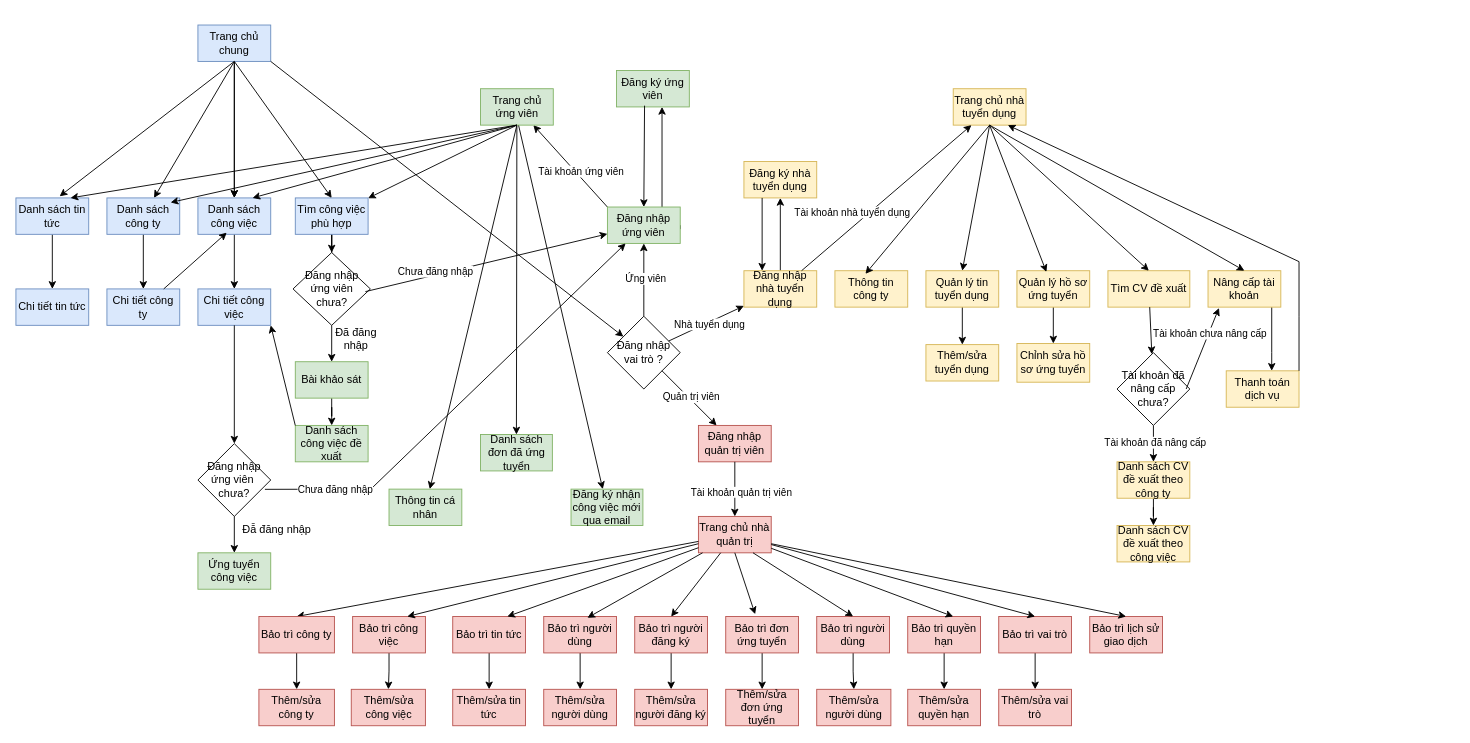
Before: Untitled Diagram.drawio in nguyenduydai/TopJob, a draw.io diagram. Source tidied: cells renumbered, new cells numbered last; positions are measured from the earlier drawing's top-left corner, leaving out a move shared by most shapes. Both pictures are drawn from the tidied source at 91%, with x=0, y=0 at pixel (15, 15).
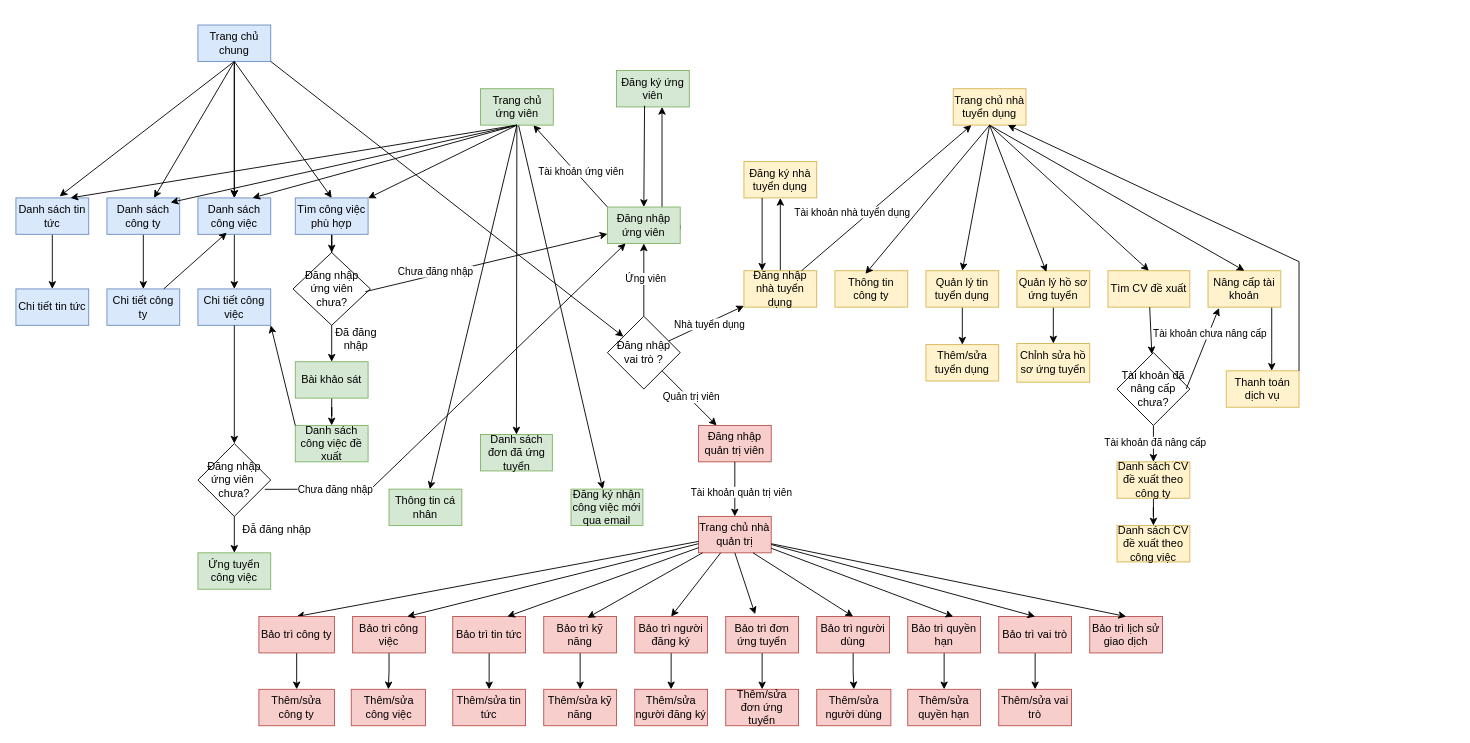
After the change.

Diff of the diagram source:
```diff
@@
-    <mxCell id="63" value="Bảo trì người dùng" style="rounded=0;whiteSpace=wrap;html=1;fillColor=#f8cecc;strokeColor=#b85450;" parent="1" vertex="1">
+    <mxCell id="63" value="Bảo trì kỹ năng" style="rounded=0;whiteSpace=wrap;html=1;fillColor=#f8cecc;strokeColor=#b85450;" parent="1" vertex="1">
       <mxGeometry x="580" y="660" width="80" height="40" as="geometry" />
     </mxCell>
@@
-    <mxCell id="129" value="Thêm/sửa người dùng" style="rounded=0;whiteSpace=wrap;html=1;fillColor=#f8cecc;strokeColor=#b85450;" parent="1" vertex="1">
+    <mxCell id="129" value="Thêm/sửa kỹ năng" style="rounded=0;whiteSpace=wrap;html=1;fillColor=#f8cecc;strokeColor=#b85450;" parent="1" vertex="1">
       <mxGeometry x="580" y="740" width="80" height="40" as="geometry" />
     </mxCell>
```
